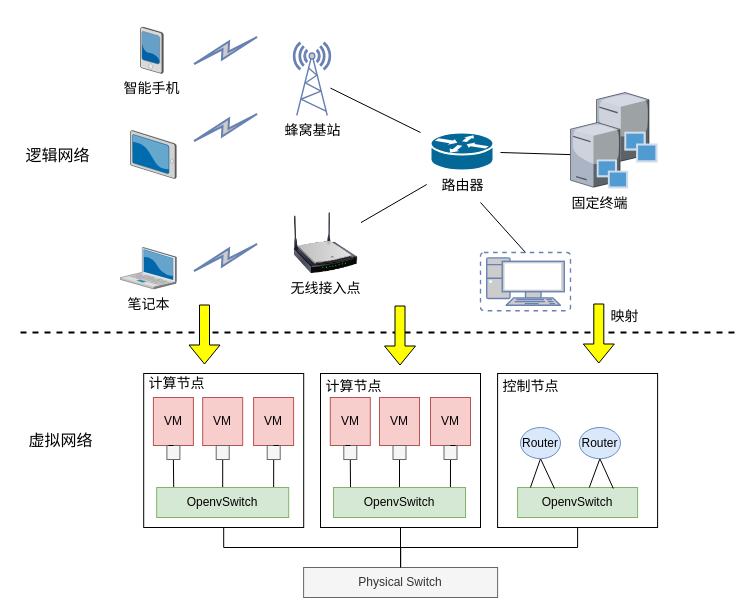
This is page "逻辑网络与虚拟网络" (1 of 5) of 移动互联网场景图.drawio from Icarus1994/neutron_conf, a draw.io file, before an edit. Source tidied: cells renumbered, new cells numbered last; positions are measured from the earlier drawing's top-left corner, leaving out a move shared by most shapes. Both pictures are drawn from the tidied source at 100%, with x=0, y=0 at pixel (17, 27).
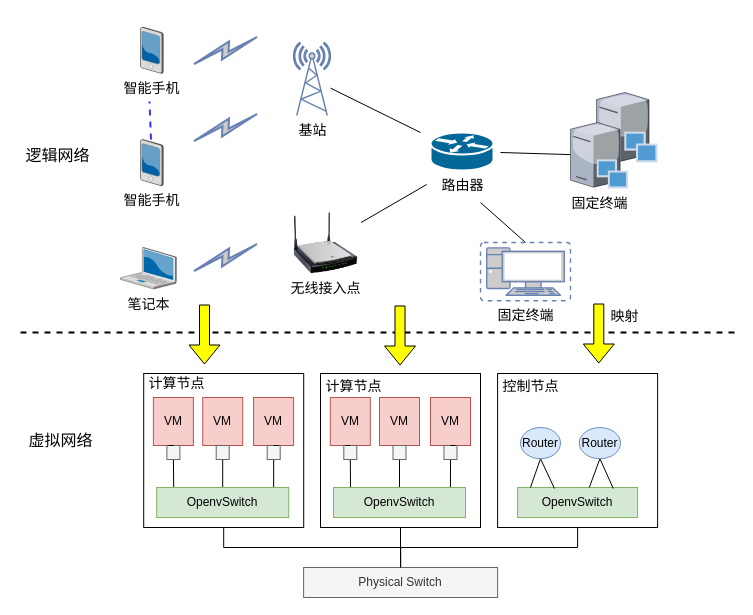
The same diagram, later.

The edit, as a diff of the source:
```diff
@@
-    <mxCell id="3" value="&lt;font style=&quot;font-size: 14px&quot; color=&quot;#000000&quot;&gt;蜂窝基站&lt;/font&gt;" style="fontColor=#0066CC;verticalAlign=top;verticalLabelPosition=bottom;labelPosition=center;align=center;html=1;outlineConnect=0;fillColor=#CCCCCC;strokeColor=#6881B3;gradientColor=none;gradientDirection=north;strokeWidth=2;shape=mxgraph.networks.radio_tower;" parent="1" vertex="1">
+    <mxCell id="3" value="&lt;font style=&quot;font-size: 14px&quot; color=&quot;#000000&quot;&gt;基站&lt;/font&gt;" style="fontColor=#0066CC;verticalAlign=top;verticalLabelPosition=bottom;labelPosition=center;align=center;html=1;outlineConnect=0;fillColor=#CCCCCC;strokeColor=#6881B3;gradientColor=none;gradientDirection=north;strokeWidth=2;shape=mxgraph.networks.radio_tower;" parent="1" vertex="1">
       <mxGeometry x="276" y="15" width="37" height="73" as="geometry" />
     </mxCell>
@@
-    <mxCell id="7" style="verticalLabelPosition=bottom;html=1;verticalAlign=top;strokeColor=none;align=center;shape=mxgraph.citrix.tablet_2;" parent="1" vertex="1">
-      <mxGeometry x="113" y="103" width="45.8" height="48" as="geometry" />
-    </mxCell>
@@
-    <mxCell id="20" style="fontColor=#0066CC;verticalAlign=top;verticalLabelPosition=bottom;labelPosition=center;align=center;html=1;outlineConnect=0;fillColor=#CCCCCC;strokeColor=#6881B3;gradientColor=none;gradientDirection=north;strokeWidth=2;shape=mxgraph.networks.virtual_pc;" parent="1" vertex="1">
-      <mxGeometry x="463" y="225" width="90" height="58.2" as="geometry" />
+    <mxCell id="20" value="&lt;font color=&quot;#000000&quot; style=&quot;font-size: 14px&quot;&gt;固定终端&lt;/font&gt;" style="fontColor=#0066CC;verticalAlign=top;verticalLabelPosition=bottom;labelPosition=center;align=center;html=1;outlineConnect=0;fillColor=#CCCCCC;strokeColor=#6881B3;gradientColor=none;gradientDirection=north;strokeWidth=2;shape=mxgraph.networks.virtual_pc;" parent="1" vertex="1">
+      <mxGeometry x="463" y="215" width="90" height="58.2" as="geometry" />
     </mxCell>
@@
+    <mxCell id="68" value="&lt;font style=&quot;font-size: 14px&quot;&gt;智能手机&lt;/font&gt;" style="verticalLabelPosition=bottom;html=1;verticalAlign=top;strokeColor=none;align=center;outlineConnect=0;shape=mxgraph.citrix.pda;" parent="1" vertex="1">
+      <mxGeometry x="123" y="112" width="22.8" height="46.3" as="geometry" />
+    </mxCell>
+    <mxCell id="69" style="endArrow=none;dashed=1;html=1;strokeWidth=2;strokeColor=#3333FF;" parent="1" edge="1" source="68">
+      <mxGeometry relative="1" as="geometry">
+        <mxPoint x="132" y="74" as="targetPoint" />
+      </mxGeometry>
+    </mxCell>
```
